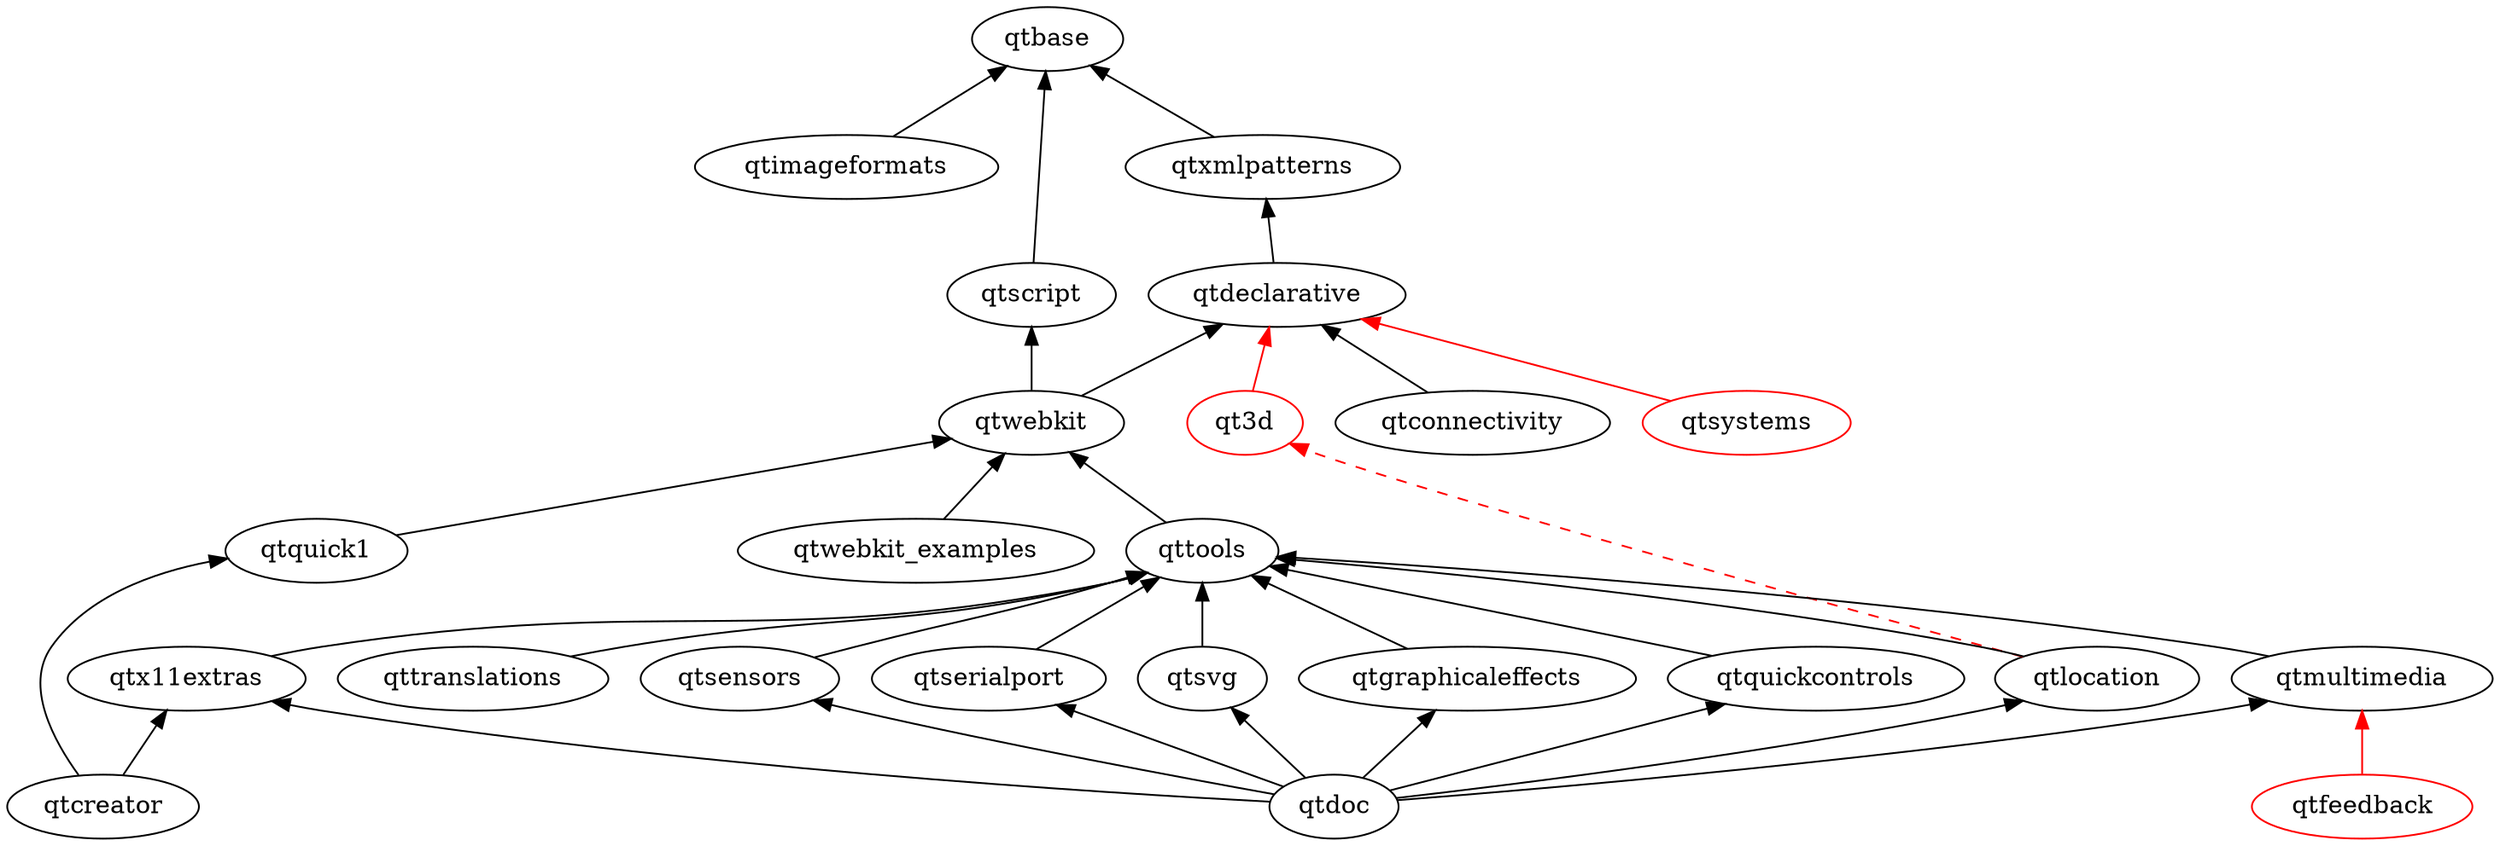
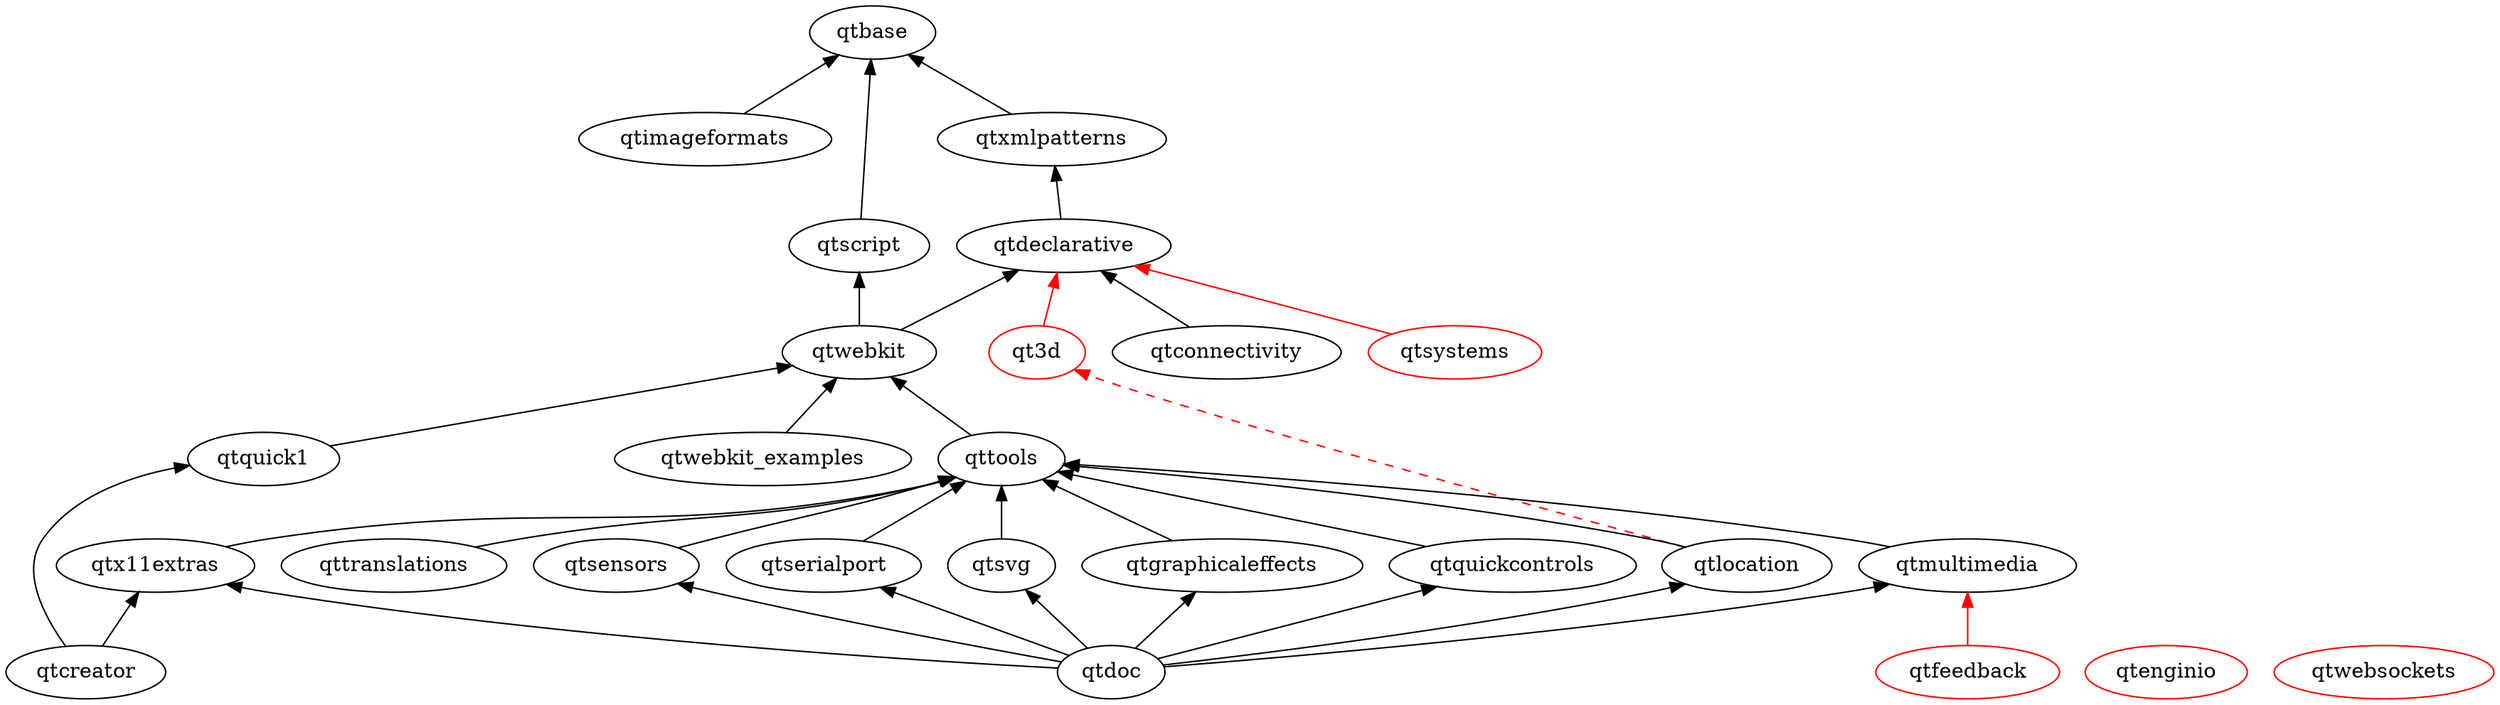
digraph qt5 {
  graph [
    rankdir = "BT"
  ]

  qt3d [ color = red ]
  qtbase
  qtconnectivity
  qtcreator
  qtdeclarative
  qtdoc
+   qtenginio [ color = red ]
  qtfeedback [ color = red ]
  qtgraphicaleffects
  qtimageformats
  qtlocation
  qtmultimedia
  qtquick1
  qtquickcontrols
  qtscript
  qtsensors
  qtserialport
  qtsvg
  qtsystems [ color = red ]
  qttools
  qttranslations
  qtwebkit
  qtwebkit_examples
+   qtwebsockets [ color = red ]
  qtx11extras
  qtxmlpatterns

  qtconnectivity -> qtdeclarative
  qtcreator -> qtx11extras
  qtcreator -> qtquick1
  qtdeclarative -> qtxmlpatterns
  qtdoc -> qtgraphicaleffects
  qtdoc -> qtmultimedia
  qtdoc -> qtlocation
  qtdoc -> qtquickcontrols
  qtdoc -> qtsensors
  qtdoc -> qtserialport
  qtdoc -> qtsvg
  qtdoc -> qtx11extras
  qtgraphicaleffects -> qttools
  qtimageformats -> qtbase
  qtmultimedia -> qttools
  qtquick1 -> qtwebkit
  qtquickcontrols -> qttools
  qtsensors -> qttools
  qtserialport -> qttools
  qtscript -> qtbase
  qtsvg -> qttools
  qttools -> qtwebkit
  qttranslations -> qttools
  qtwebkit -> qtscript
  qtwebkit -> qtdeclarative
  qtwebkit_examples -> qtwebkit
  qtx11extras -> qttools
  qtxmlpatterns -> qtbase
  qtlocation -> qttools

  // unsure/not-uploaded
  qt3d -> qtdeclarative [ color = red ]
  qtfeedback -> qtmultimedia [ color = red ]
  qtlocation -> qt3d [color = red style = dashed]
  qtsystems -> qtdeclarative [ color = red ]
}
